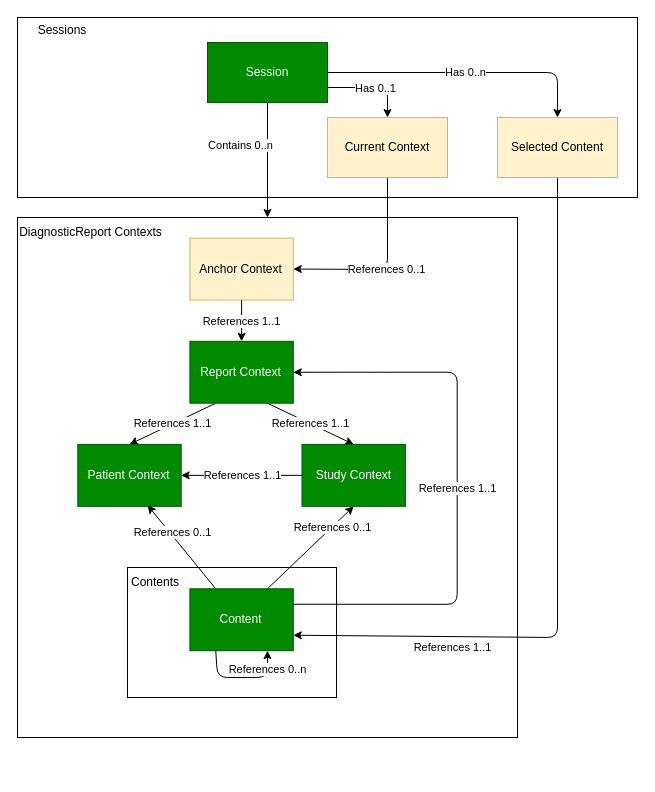
IHE/RAD.IRA keeps this draw.io diagram as page "Data Model" (1 of 2) of input/images-source/data_model.drawio. Above is the earlier version. Source tidied: cells renumbered, new cells numbered last; positions are measured from the earlier drawing's top-left corner, leaving out a move shared by most shapes. Both pictures are drawn from the tidied source at 100%, with x=0, y=0 at pixel (17, 17).
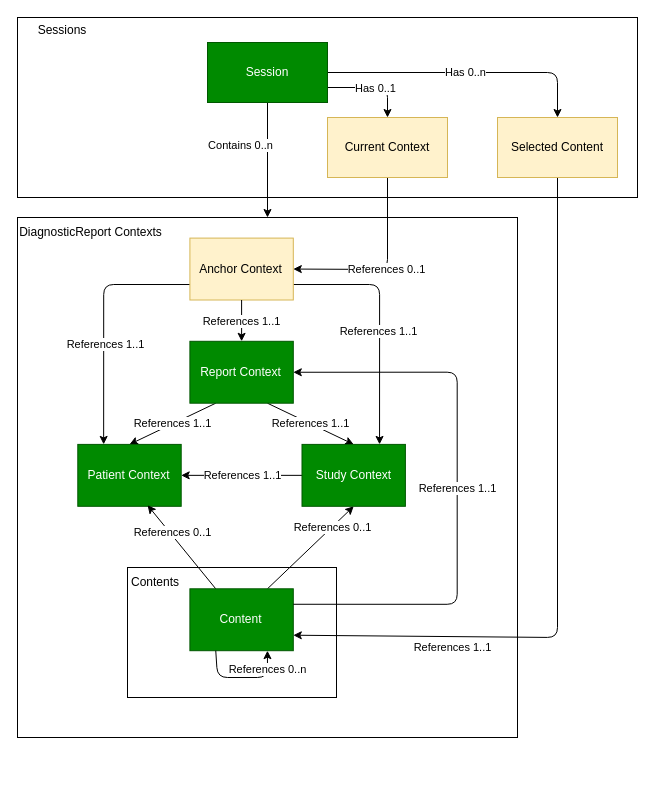
Above is the later version.

Commit message (it also covers changes not shown here):
Anchor context has explicit references to patient and study context as well.

The change refers to these unchanged cells:
```xml
<mxCell id="2" style="group;" parent="1" vertex="1">
  <mxGeometry y="200" width="500" height="557" as="geometry" />
</mxCell>
<mxCell id="4" value="Anchor Context" style="whiteSpace=wrap;html=1;rounded=0;fillColor=#fff2cc;strokeColor=#d6b656;" parent="2" vertex="1">
  <mxGeometry x="172.4" y="20.6" width="103.4" height="61.9" as="geometry" />
</mxCell>
<mxCell id="13" value="Study Context" style="whiteSpace=wrap;html=1;rounded=0;fillColor=#008a00;fontColor=#ffffff;strokeColor=#005700;" parent="2" vertex="1">
  <mxGeometry x="284.5" y="226.9" width="103.4" height="61.9" as="geometry" />
</mxCell>
<mxCell id="14" value="Patient Context" style="whiteSpace=wrap;html=1;rounded=0;fillColor=#008a00;fontColor=#ffffff;strokeColor=#005700;" parent="2" vertex="1">
  <mxGeometry x="60.3" y="226.9" width="103.4" height="61.9" as="geometry" />
</mxCell>
```

Change to the diagram source:
```diff
@@
+    <mxCell id="35" style="edgeStyle=orthogonalEdgeStyle;html=1;exitX=0;exitY=0.75;exitDx=0;exitDy=0;entryX=0.25;entryY=0;entryDx=0;entryDy=0;" parent="2" edge="1" source="4" target="14">
+      <mxGeometry relative="1" as="geometry" />
+    </mxCell>
+    <mxCell id="36" value="References 1..1" style="edgeLabel;html=1;align=center;verticalAlign=middle;" parent="35" vertex="1">
+      <mxGeometry x="0.19" y="1" relative="1" as="geometry" />
+    </mxCell>
+    <mxCell id="37" style="edgeStyle=orthogonalEdgeStyle;html=1;exitX=1;exitY=0.75;exitDx=0;exitDy=0;entryX=0.75;entryY=0;entryDx=0;entryDy=0;" parent="2" edge="1" source="4" target="13">
+      <mxGeometry relative="1" as="geometry" />
+    </mxCell>
+    <mxCell id="38" value="References 1..1" style="edgeLabel;html=1;align=center;verticalAlign=middle;" parent="37" vertex="1">
+      <mxGeometry x="0.08" y="-2" relative="1" as="geometry" />
+    </mxCell>
```
